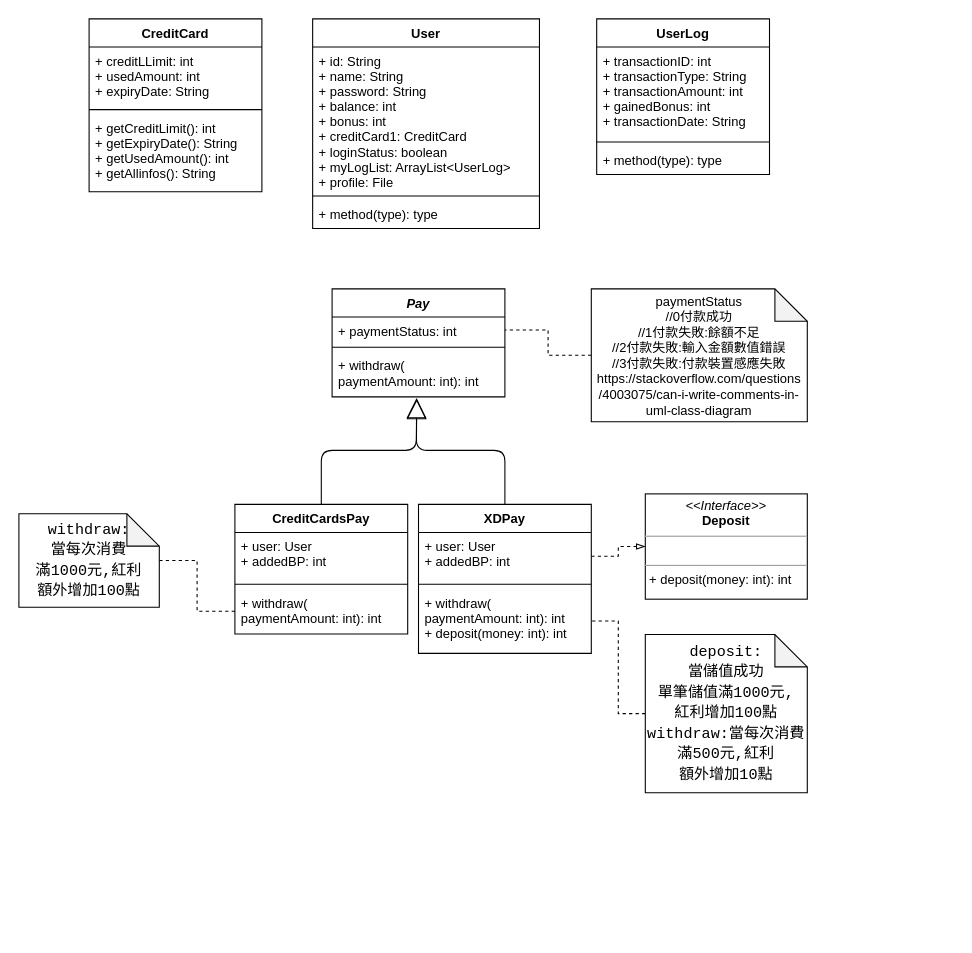
luckypig3400/Project_for_10901_Object-Oriented_Programming keeps this draw.io diagram as src/edu/ntunhs/luckypig/FinalExamPractice UML Diagram.drawio. Above is the earlier version. Source tidied: cells renumbered, new cells numbered last; positions are measured from the earlier drawing's top-left corner, leaving out a move shared by most shapes. Both pictures are drawn from the tidied source at 108%, with x=0, y=0 at pixel (18, 18).
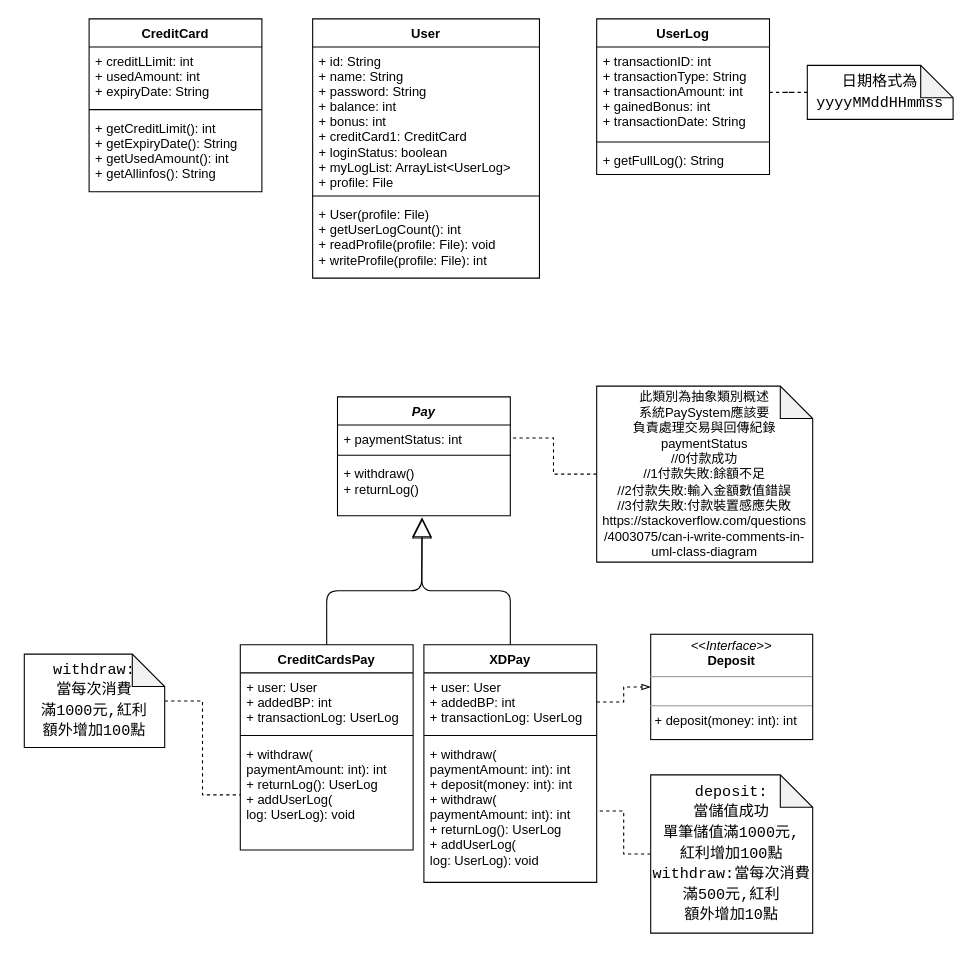
After the change.

Commit message (it also covers changes not shown here):
update UML class diagram

The change refers to these unchanged cells:
```xml
<mxCell id="11" value="UserLog" style="swimlane;fontStyle=1;align=center;verticalAlign=top;horizontal=1;startSize=26;" parent="1" vertex="1">
  <mxGeometry x="535" width="160" height="144" as="geometry" />
</mxCell>
<mxCell id="12" value="+ transactionID: int&#10;+ transactionType: String&#10;+ transactionAmount: int&#10;+ gainedBonus: int&#10;+ transactionDate: String" style="text;strokeColor=none;fillColor=none;align=left;verticalAlign=top;spacingLeft=4;spacingRight=4;overflow=hidden;points=[[0,0.5],[1,0.5]];portConstraint=eastwest;" parent="11" vertex="1">
  <mxGeometry y="26" width="160" height="84" as="geometry" />
</mxCell>
```

Diff of the diagram source:
```diff
@@
     <mxCell id="2" value="XDPay" style="swimlane;fontStyle=1;align=center;verticalAlign=top;horizontal=1;startSize=26;" parent="1" vertex="1">
-      <mxGeometry x="370" y="449.5" width="160" height="138" as="geometry" />
+      <mxGeometry x="375" y="579.5" width="160" height="220" as="geometry" />
     </mxCell>
-    <mxCell id="3" value="+ user: User&#10;+ addedBP: int" style="text;strokeColor=none;fillColor=none;align=left;verticalAlign=top;spacingLeft=4;spacingRight=4;overflow=hidden;points=[[0,0.5],[1,0.5]];portConstraint=eastwest;" parent="2" vertex="1">
-      <mxGeometry y="26" width="160" height="44" as="geometry" />
+    <mxCell id="3" value="+ user: User&#10;+ addedBP: int&#10;+ transactionLog: UserLog" style="text;strokeColor=none;fillColor=none;align=left;verticalAlign=top;spacingLeft=4;spacingRight=4;overflow=hidden;points=[[0,0.5],[1,0.5]];portConstraint=eastwest;" parent="2" vertex="1">
+      <mxGeometry y="26" width="160" height="54" as="geometry" />
     </mxCell>
     <mxCell id="4" style="line;strokeWidth=1;fillColor=none;align=left;verticalAlign=middle;spacingTop=-1;spacingLeft=3;spacingRight=3;labelPosition=right;" parent="2" vertex="1">
-      <mxGeometry y="70" width="160" height="8" as="geometry" />
+      <mxGeometry y="80" width="160" height="8" as="geometry" />
     </mxCell>
-    <mxCell id="5" value="+ withdraw(&#10;paymentAmount: int): int&#10;+ deposit(money: int): int" style="text;strokeColor=none;fillColor=none;align=left;verticalAlign=top;spacingLeft=4;spacingRight=4;overflow=hidden;points=[[0,0.5],[1,0.5]];portConstraint=eastwest;" parent="2" vertex="1">
-      <mxGeometry y="78" width="160" height="60" as="geometry" />
+    <mxCell id="5" value="+ withdraw(&#10;paymentAmount: int): int&#10;+ deposit(money: int): int&#10;+ withdraw(&#10;paymentAmount: int): int&#10;+ returnLog(): UserLog&#10;+ addUserLog(&#10;log: UserLog): void&#10;" style="text;strokeColor=none;fillColor=none;align=left;verticalAlign=top;spacingLeft=4;spacingRight=4;overflow=hidden;points=[[0,0.5],[1,0.5]];portConstraint=eastwest;" parent="2" vertex="1">
+      <mxGeometry y="88" width="160" height="132" as="geometry" />
     </mxCell>
     <mxCell id="6" value="Pay" style="swimlane;fontStyle=3;align=center;verticalAlign=top;horizontal=1;startSize=26;" parent="1" vertex="1">
-      <mxGeometry x="290" y="250" width="160" height="100" as="geometry" />
+      <mxGeometry x="295" y="350" width="160" height="110" as="geometry" />
     </mxCell>
@@
-    <mxCell id="9" value="+ withdraw(&#10;paymentAmount: int): int" style="text;strokeColor=none;fillColor=none;align=left;verticalAlign=top;spacingLeft=4;spacingRight=4;overflow=hidden;points=[[0,0.5],[1,0.5]];portConstraint=eastwest;" parent="6" vertex="1">
-      <mxGeometry y="58" width="160" height="42" as="geometry" />
+    <mxCell id="9" value="+ withdraw()&#10;+ returnLog()" style="text;strokeColor=none;fillColor=none;align=left;verticalAlign=top;spacingLeft=4;spacingRight=4;overflow=hidden;points=[[0,0.5],[1,0.5]];portConstraint=eastwest;" parent="6" vertex="1">
+      <mxGeometry y="58" width="160" height="52" as="geometry" />
     </mxCell>
     <mxCell id="10" value="&lt;p style=&quot;margin: 0px ; margin-top: 4px ; text-align: center&quot;&gt;&lt;i&gt;&amp;lt;&amp;lt;Interface&amp;gt;&amp;gt;&lt;/i&gt;&lt;br&gt;&lt;b&gt;Deposit&lt;/b&gt;&lt;/p&gt;&lt;hr size=&quot;1&quot;&gt;&lt;p style=&quot;margin: 0px ; margin-left: 4px&quot;&gt;&lt;br&gt;&lt;/p&gt;&lt;hr size=&quot;1&quot;&gt;&lt;p style=&quot;margin: 0px ; margin-left: 4px&quot;&gt;+ deposit(money: int): int&lt;br&gt;&lt;/p&gt;" style="verticalAlign=top;align=left;overflow=fill;fontSize=12;fontFamily=Helvetica;html=1;" parent="1" vertex="1">
-      <mxGeometry x="580" y="439.8" width="150" height="97.5" as="geometry" />
+      <mxGeometry x="585" y="569.8" width="150" height="97.5" as="geometry" />
     </mxCell>
@@
-    <mxCell id="14" value="+ method(type): type" style="text;strokeColor=none;fillColor=none;align=left;verticalAlign=top;spacingLeft=4;spacingRight=4;overflow=hidden;" parent="11" vertex="1">
+    <mxCell id="14" value="+ getFullLog(): String" style="text;strokeColor=none;fillColor=none;align=left;verticalAlign=top;spacingLeft=4;spacingRight=4;overflow=hidden;" parent="11" vertex="1">
       <mxGeometry y="118" width="160" height="26" as="geometry" />
     </mxCell>
     <mxCell id="15" value="CreditCardsPay" style="swimlane;fontStyle=1;align=center;verticalAlign=top;horizontal=1;startSize=26;" parent="1" vertex="1">
-      <mxGeometry x="200" y="449.5" width="160" height="120" as="geometry" />
+      <mxGeometry x="205" y="579.5" width="160" height="190" as="geometry" />
     </mxCell>
-    <mxCell id="16" value="+ user: User&#10;+ addedBP: int" style="text;strokeColor=none;fillColor=none;align=left;verticalAlign=top;spacingLeft=4;spacingRight=4;overflow=hidden;" parent="15" vertex="1">
-      <mxGeometry y="26" width="160" height="44" as="geometry" />
+    <mxCell id="16" value="+ user: User&#10;+ addedBP: int&#10;+ transactionLog: UserLog" style="text;strokeColor=none;fillColor=none;align=left;verticalAlign=top;spacingLeft=4;spacingRight=4;overflow=hidden;" parent="15" vertex="1">
+      <mxGeometry y="26" width="160" height="54" as="geometry" />
     </mxCell>
     <mxCell id="17" style="line;strokeWidth=1;fillColor=none;align=left;verticalAlign=middle;spacingTop=-1;spacingLeft=3;spacingRight=3;labelPosition=right;" parent="15" vertex="1">
-      <mxGeometry y="70" width="160" height="8" as="geometry" />
+      <mxGeometry y="80" width="160" height="8" as="geometry" />
     </mxCell>
-    <mxCell id="18" value="+ withdraw(&#10;paymentAmount: int): int" style="text;strokeColor=none;fillColor=none;align=left;verticalAlign=top;spacingLeft=4;spacingRight=4;overflow=hidden;points=[[0,0.5],[1,0.5]];portConstraint=eastwest;" parent="15" vertex="1">
-      <mxGeometry y="78" width="160" height="42" as="geometry" />
+    <mxCell id="18" value="+ withdraw(&#10;paymentAmount: int): int&#10;+ returnLog(): UserLog&#10;+ addUserLog(&#10;log: UserLog): void" style="text;strokeColor=none;fillColor=none;align=left;verticalAlign=top;spacingLeft=4;spacingRight=4;overflow=hidden;points=[[0,0.5],[1,0.5]];portConstraint=eastwest;" parent="15" vertex="1">
+      <mxGeometry y="88" width="160" height="102" as="geometry" />
     </mxCell>
     <mxCell id="19" value="User" style="swimlane;fontStyle=1;align=center;verticalAlign=top;horizontal=1;startSize=26;" parent="1" vertex="1">
-      <mxGeometry x="272" width="210" height="194" as="geometry" />
+      <mxGeometry x="272" width="210" height="240" as="geometry" />
     </mxCell>
@@
-    <mxCell id="22" value="+ method(type): type" style="text;strokeColor=none;fillColor=none;align=left;verticalAlign=top;spacingLeft=4;spacingRight=4;overflow=hidden;" parent="19" vertex="1">
-      <mxGeometry y="168" width="210" height="26" as="geometry" />
+    <mxCell id="22" value="+ User(profile: File)&#10;+ getUserLogCount(): int&#10;+ readProfile(profile: File): void&#10;+ writeProfile(profile: File): int" style="text;strokeColor=none;fillColor=none;align=left;verticalAlign=top;spacingLeft=4;spacingRight=4;overflow=hidden;" parent="19" vertex="1">
+      <mxGeometry y="168" width="210" height="72" as="geometry" />
     </mxCell>
     <mxCell id="23" style="endArrow=block;endSize=16;endFill=0;html=1;entryX=0.49;entryY=1.049;entryDx=0;entryDy=0;entryPerimeter=0;exitX=0.5;exitY=0;exitDx=0;exitDy=0;" parent="1" edge="1" source="2" target="9">
       <mxGeometry x="-0.68" y="-30" relative="1" as="geometry">
         <Array as="points">
-          <mxPoint x="450" y="399.5" />
-          <mxPoint x="368" y="399.5" />
+          <mxPoint x="455" y="529.5" />
+          <mxPoint x="373" y="529.5" />
         </Array>
       </mxGeometry>
     </mxCell>
     <mxCell id="24" style="endArrow=block;endSize=16;endFill=0;html=1;entryX=0.489;entryY=1.027;entryDx=0;entryDy=0;entryPerimeter=0;exitX=0.5;exitY=0;exitDx=0;exitDy=0;" parent="1" edge="1" source="15" target="9">
       <mxGeometry x="-0.69" y="30" relative="1" as="geometry">
         <Array as="points">
-          <mxPoint x="280" y="399.5" />
-          <mxPoint x="368" y="399.5" />
+          <mxPoint x="285" y="529.5" />
+          <mxPoint x="373" y="529.5" />
         </Array>
       </mxGeometry>
     </mxCell>
@@
-    <mxCell id="26" value="paymentStatus&lt;br&gt;//0付款成功&lt;br&gt;//1付款失敗:餘額不足&lt;br&gt;//2付款失敗:輸入金額數值錯誤&lt;br&gt;//3付款失敗:付款裝置感應失敗&lt;br&gt;https://stackoverflow.com/questions&lt;br&gt;/4003075/can-i-write-comments-in-&lt;br&gt;uml-class-diagram" style="shape=note;whiteSpace=wrap;html=1;backgroundOutline=1;darkOpacity=0.05;" parent="1" vertex="1">
-      <mxGeometry x="530" y="250" width="200" height="123" as="geometry" />
+    <mxCell id="26" value="此類別為抽象類別概述&lt;br&gt;系統PaySystem應該要&lt;br&gt;負責處理交易與回傳紀錄&lt;br&gt;paymentStatus&lt;br&gt;//0付款成功&lt;br&gt;//1付款失敗:餘額不足&lt;br&gt;//2付款失敗:輸入金額數值錯誤&lt;br&gt;//3付款失敗:付款裝置感應失敗&lt;br&gt;https://stackoverflow.com/questions&lt;br&gt;/4003075/can-i-write-comments-in-&lt;br&gt;uml-class-diagram" style="shape=note;whiteSpace=wrap;html=1;backgroundOutline=1;darkOpacity=0.05;" parent="1" vertex="1">
+      <mxGeometry x="535" y="340" width="200" height="163" as="geometry" />
     </mxCell>
@@
     <mxCell id="29" value="&lt;div style=&quot;font-size: 14px ; line-height: 19px ; font-family: &amp;#34;consolas&amp;#34; , &amp;#34;courier new&amp;#34; , monospace&quot;&gt;deposit:&lt;/div&gt;&lt;div style=&quot;font-size: 14px ; line-height: 19px ; font-family: &amp;#34;consolas&amp;#34; , &amp;#34;courier new&amp;#34; , monospace&quot;&gt;當儲值成功&lt;/div&gt;&lt;div style=&quot;font-size: 14px ; line-height: 19px ; font-family: &amp;#34;consolas&amp;#34; , &amp;#34;courier new&amp;#34; , monospace&quot;&gt;單筆儲值滿1000元,&lt;/div&gt;&lt;div style=&quot;font-size: 14px ; line-height: 19px ; font-family: &amp;#34;consolas&amp;#34; , &amp;#34;courier new&amp;#34; , monospace&quot;&gt;紅利增加100點&lt;/div&gt;&lt;div style=&quot;font-size: 14px ; line-height: 19px ; font-family: &amp;#34;consolas&amp;#34; , &amp;#34;courier new&amp;#34; , monospace&quot;&gt;&lt;div style=&quot;font-family: &amp;#34;consolas&amp;#34; , &amp;#34;courier new&amp;#34; , monospace ; line-height: 19px&quot;&gt;withdraw:當每次消費&lt;/div&gt;&lt;div style=&quot;font-family: &amp;#34;consolas&amp;#34; , &amp;#34;courier new&amp;#34; , monospace ; line-height: 19px&quot;&gt;滿500元,紅利&lt;/div&gt;&lt;div style=&quot;font-family: &amp;#34;consolas&amp;#34; , &amp;#34;courier new&amp;#34; , monospace ; line-height: 19px&quot;&gt;額外增加10點&lt;/div&gt;&lt;/div&gt;" style="shape=note;whiteSpace=wrap;html=1;backgroundOutline=1;darkOpacity=0.05;" parent="1" vertex="1">
-      <mxGeometry x="580" y="570" width="150" height="146.5" as="geometry" />
+      <mxGeometry x="585" y="700" width="150" height="146.5" as="geometry" />
     </mxCell>
@@
     <mxCell id="31" value="&lt;div style=&quot;font-size: 14px ; line-height: 19px ; font-family: &amp;#34;consolas&amp;#34; , &amp;#34;courier new&amp;#34; , monospace&quot;&gt;&lt;span&gt;withdraw:&lt;/span&gt;&lt;br&gt;&lt;/div&gt;&lt;div style=&quot;font-size: 14px ; line-height: 19px ; font-family: &amp;#34;consolas&amp;#34; , &amp;#34;courier new&amp;#34; , monospace&quot;&gt;&lt;div style=&quot;font-family: &amp;#34;consolas&amp;#34; , &amp;#34;courier new&amp;#34; , monospace ; line-height: 19px&quot;&gt;當每次消費&lt;/div&gt;&lt;div style=&quot;font-family: &amp;#34;consolas&amp;#34; , &amp;#34;courier new&amp;#34; , monospace ; line-height: 19px&quot;&gt;滿1000元,紅利&lt;/div&gt;&lt;div style=&quot;font-family: &amp;#34;consolas&amp;#34; , &amp;#34;courier new&amp;#34; , monospace ; line-height: 19px&quot;&gt;額外增加100點&lt;/div&gt;&lt;/div&gt;" style="shape=note;whiteSpace=wrap;html=1;backgroundOutline=1;darkOpacity=0.05;" parent="1" vertex="1">
-      <mxGeometry y="458.2" width="130" height="86.5" as="geometry" />
+      <mxGeometry x="5" y="588.2" width="130" height="86.5" as="geometry" />
     </mxCell>
@@
+    <mxCell id="36" style="edgeStyle=orthogonalEdgeStyle;rounded=0;jettySize=auto;html=1;entryX=1;entryY=0.5;entryDx=0;entryDy=0;endArrow=none;endFill=0;dashed=1;" parent="1" edge="1" source="37" target="12">
+      <mxGeometry relative="1" as="geometry" />
+    </mxCell>
+    <mxCell id="37" value="&lt;div style=&quot;font-family: &amp;#34;consolas&amp;#34; , &amp;#34;courier new&amp;#34; , monospace ; font-size: 14px ; line-height: 19px&quot;&gt;日期格式為&lt;/div&gt;&lt;div style=&quot;font-family: &amp;#34;consolas&amp;#34; , &amp;#34;courier new&amp;#34; , monospace ; font-size: 14px ; line-height: 19px&quot;&gt;yyyyMMddHHmmss&lt;/div&gt;" style="shape=note;whiteSpace=wrap;html=1;backgroundOutline=1;darkOpacity=0.05;" parent="1" vertex="1">
+      <mxGeometry x="730" y="43" width="135" height="50" as="geometry" />
+    </mxCell>
```
